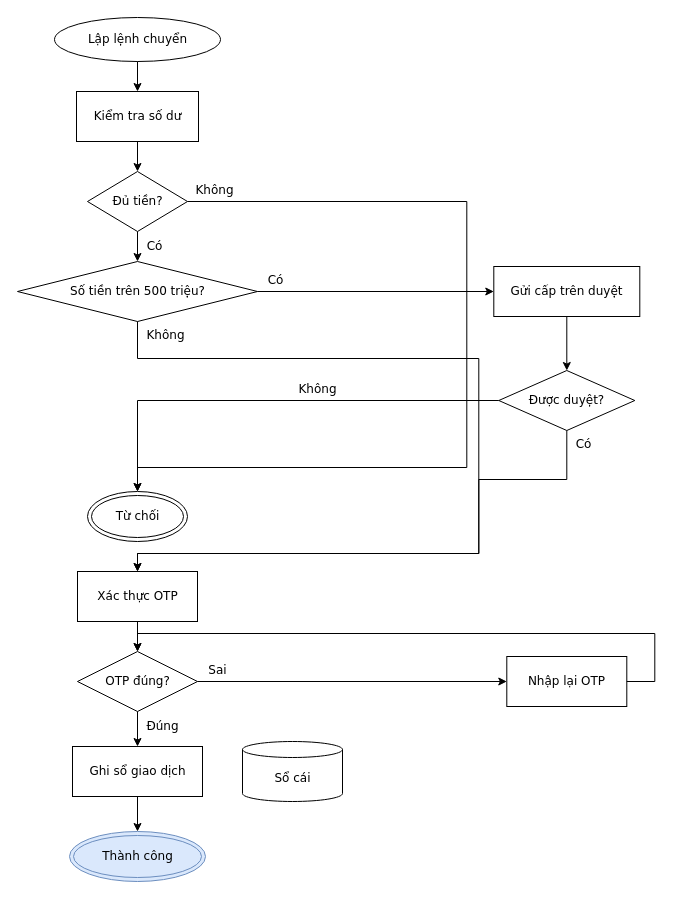
luytbq/flowcast keeps this draw.io diagram as conformance/golden/mermaid/05-chuyen-tien.drawio. Above is the earlier version. Source tidied: cells renumbered, new cells numbered last; positions are measured from the earlier drawing's top-left corner, leaving out a move shared by most shapes. Both pictures are drawn from the tidied source at 100%, with x=0, y=0 at pixel (17, 17).
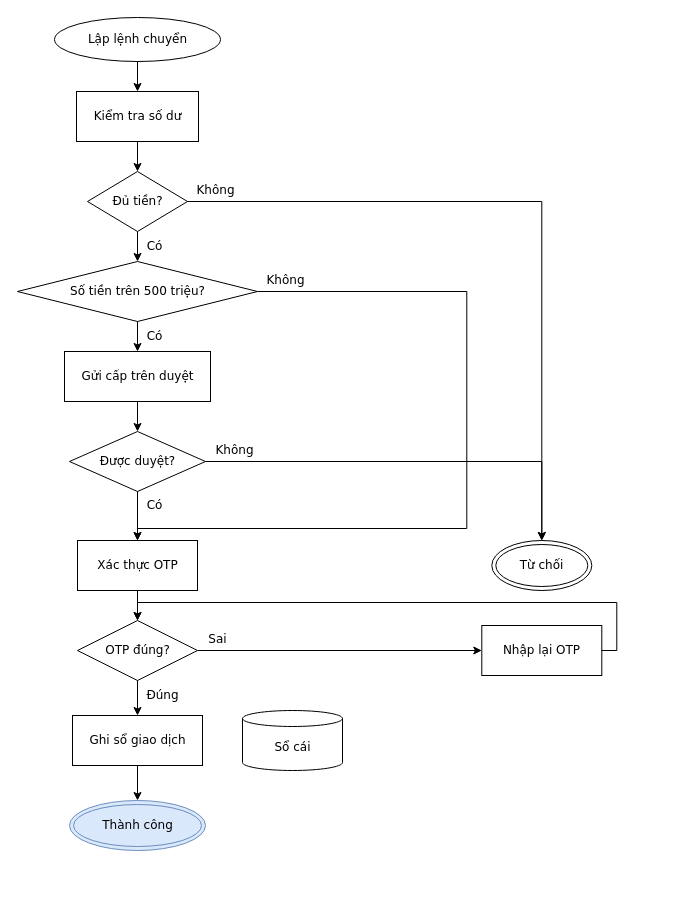
After the change.

The change refers to these unchanged cells:
```xml
<mxCell id="4" value="Đủ tiền?" style="rhombus;html=1;fontFamily=Verdana;fontSize=12;flowtable=1;" parent="1" vertex="1">
  <mxGeometry x="70" y="154" width="100" height="60" as="geometry" />
</mxCell>
<mxCell id="5" value="Số tiền trên 500 triệu?" style="rhombus;html=1;fontFamily=Verdana;fontSize=12;flowtable=1;" parent="1" vertex="1">
  <mxGeometry y="244" width="240" height="60" as="geometry" />
</mxCell>
```

Diff of the diagram source:
```diff
@@
     <mxCell id="6" value="Gửi cấp trên duyệt" style="rounded=0;html=1;fontFamily=Verdana;fontSize=12;flowtable=1;" parent="1" vertex="1">
-      <mxGeometry x="476.3" y="249" width="146" height="50" as="geometry" />
+      <mxGeometry x="47" y="334" width="146" height="50" as="geometry" />
     </mxCell>
     <mxCell id="7" value="Được duyệt?" style="rhombus;html=1;fontFamily=Verdana;fontSize=12;flowtable=1;" parent="1" vertex="1">
-      <mxGeometry x="481.3" y="353" width="136" height="60" as="geometry" />
+      <mxGeometry x="52" y="414" width="136" height="60" as="geometry" />
     </mxCell>
     <mxCell id="8" value="Từ chối" style="shape=doubleEllipse;html=1;fontFamily=Verdana;fontSize=12;flowtable=1;" parent="1" vertex="1">
-      <mxGeometry x="70" y="474" width="100" height="50" as="geometry" />
+      <mxGeometry x="474.3" y="523" width="100" height="50" as="geometry" />
     </mxCell>
     <mxCell id="9" value="Xác thực OTP" style="rounded=0;html=1;fontFamily=Verdana;fontSize=12;flowtable=1;" parent="1" vertex="1">
-      <mxGeometry x="60" y="554" width="120" height="50" as="geometry" />
+      <mxGeometry x="60" y="523" width="120" height="50" as="geometry" />
     </mxCell>
     <mxCell id="10" value="OTP đúng?" style="rhombus;html=1;fontFamily=Verdana;fontSize=12;flowtable=1;" parent="1" vertex="1">
-      <mxGeometry x="60" y="634" width="120" height="60" as="geometry" />
+      <mxGeometry x="60" y="603" width="120" height="60" as="geometry" />
     </mxCell>
     <mxCell id="11" value="Nhập lại OTP" style="rounded=0;html=1;fontFamily=Verdana;fontSize=12;flowtable=1;" parent="1" vertex="1">
-      <mxGeometry x="489.3" y="639" width="120" height="50" as="geometry" />
+      <mxGeometry x="464.3" y="608" width="120" height="50" as="geometry" />
     </mxCell>
     <mxCell id="12" value="Ghi sổ giao dịch" style="rounded=0;html=1;fontFamily=Verdana;fontSize=12;flowtable=1;" parent="1" vertex="1">
-      <mxGeometry x="55" y="729" width="130" height="50" as="geometry" />
+      <mxGeometry x="55" y="698" width="130" height="50" as="geometry" />
     </mxCell>
     <mxCell id="13" value="Sổ cái" style="shape=cylinder3;html=1;boundedLbl=1;backgroundOutline=1;size=8;fontFamily=Verdana;fontSize=12;flowtable=1;" parent="1" vertex="1">
-      <mxGeometry x="225" y="724" width="100" height="60" as="geometry" />
+      <mxGeometry x="225" y="693" width="100" height="60" as="geometry" />
     </mxCell>
     <mxCell id="14" value="Thành công" style="shape=doubleEllipse;html=1;fillColor=#dae8fc;strokeColor=#6c8ebf;fontFamily=Verdana;fontSize=12;flowtable=1;" parent="1" vertex="1">
-      <mxGeometry x="52" y="814" width="136" height="50" as="geometry" />
+      <mxGeometry x="52" y="783" width="136" height="50" as="geometry" />
     </mxCell>
@@
     <mxCell id="17" value="Không" style="edgeStyle=orthogonalEdgeStyle;rounded=0;jettySize=auto;html=1;labelBackgroundColor=default;exitX=1;exitY=0.5;exitDx=0;exitDy=0;entryX=0.5;entryY=0;entryDx=0;entryDy=0;fontFamily=Verdana;fontSize=12;flowtable=1;" parent="1" edge="1" source="4" target="8">
-      <mxGeometry x="-0.94" relative="1" as="geometry">
+      <mxGeometry x="-0.92" relative="1" as="geometry">
         <Array as="points">
-          <mxPoint x="449.3" y="184" />
-          <mxPoint x="449.3" y="450" />
-          <mxPoint x="120" y="450" />
+          <mxPoint x="524.3" y="184" />
         </Array>
         <mxPoint y="-11.5" as="offset" />
       </mxGeometry>
     </mxCell>
@@
-    <mxCell id="19" value="Có" style="edgeStyle=orthogonalEdgeStyle;rounded=0;jettySize=auto;html=1;labelBackgroundColor=default;exitX=1;exitY=0.5;exitDx=0;exitDy=0;entryX=0;entryY=0.5;entryDx=0;entryDy=0;fontFamily=Verdana;fontSize=12;flowtable=1;" parent="1" edge="1" source="5" target="6">
-      <mxGeometry x="-0.85" relative="1" as="geometry">
-        <mxPoint y="-11.5" as="offset" />
+    <mxCell id="19" value="Có" style="edgeStyle=orthogonalEdgeStyle;rounded=0;jettySize=auto;html=1;labelBackgroundColor=default;exitX=0.5;exitY=1;exitDx=0;exitDy=0;entryX=0.5;entryY=0;entryDx=0;entryDy=0;fontFamily=Verdana;fontSize=12;flowtable=1;" parent="1" edge="1" source="5" target="6">
+      <mxGeometry x="-0.03" relative="1" as="geometry">
+        <mxPoint x="16.8" as="offset" />
       </mxGeometry>
     </mxCell>
-    <mxCell id="20" value="Không" style="edgeStyle=orthogonalEdgeStyle;rounded=0;jettySize=auto;html=1;labelBackgroundColor=default;exitX=0.5;exitY=1;exitDx=0;exitDy=0;entryX=0.5;entryY=0;entryDx=0;entryDy=0;fontFamily=Verdana;fontSize=12;flowtable=1;" parent="1" edge="1" source="5" target="9">
-      <mxGeometry x="-0.97" relative="1" as="geometry">
+    <mxCell id="20" value="Không" style="edgeStyle=orthogonalEdgeStyle;rounded=0;jettySize=auto;html=1;labelBackgroundColor=default;exitX=1;exitY=0.5;exitDx=0;exitDy=0;entryX=0.5;entryY=0;entryDx=0;entryDy=0;fontFamily=Verdana;fontSize=12;flowtable=1;" parent="1" edge="1" source="5" target="9">
+      <mxGeometry x="-0.93" relative="1" as="geometry">
         <Array as="points">
-          <mxPoint x="120" y="341" />
-          <mxPoint x="461.3" y="341" />
-          <mxPoint x="461.3" y="536" />
-          <mxPoint x="120" y="536" />
+          <mxPoint x="449.3" y="274" />
+          <mxPoint x="449.3" y="511" />
+          <mxPoint x="120" y="511" />
         </Array>
-        <mxPoint x="28.1" as="offset" />
+        <mxPoint y="-11.5" as="offset" />
       </mxGeometry>
     </mxCell>
@@
-    <mxCell id="22" value="Không" style="edgeStyle=orthogonalEdgeStyle;rounded=0;jettySize=auto;html=1;labelBackgroundColor=default;exitX=0;exitY=0.5;exitDx=0;exitDy=0;entryX=0.5;entryY=0;entryDx=0;entryDy=0;fontFamily=Verdana;fontSize=12;flowtable=1;" parent="1" edge="1" source="7" target="8">
-      <mxGeometry x="-0.2" relative="1" as="geometry">
+    <mxCell id="22" value="Không" style="edgeStyle=orthogonalEdgeStyle;rounded=0;jettySize=auto;html=1;labelBackgroundColor=default;exitX=1;exitY=0.5;exitDx=0;exitDy=0;entryX=0.5;entryY=0;entryDx=0;entryDy=0;fontFamily=Verdana;fontSize=12;flowtable=1;" parent="1" edge="1" source="7" target="8">
+      <mxGeometry x="-0.86" relative="1" as="geometry">
         <Array as="points">
-          <mxPoint x="120" y="383" />
+          <mxPoint x="524.3" y="444" />
         </Array>
         <mxPoint y="-11.5" as="offset" />
       </mxGeometry>
     </mxCell>
     <mxCell id="23" value="Có" style="edgeStyle=orthogonalEdgeStyle;rounded=0;jettySize=auto;html=1;labelBackgroundColor=default;exitX=0.5;exitY=1;exitDx=0;exitDy=0;entryX=0.5;entryY=0;entryDx=0;entryDy=0;fontFamily=Verdana;fontSize=12;flowtable=1;" parent="1" edge="1" source="7" target="9">
-      <mxGeometry x="-0.95" relative="1" as="geometry">
-        <Array as="points">
-          <mxPoint x="549.3" y="462" />
-          <mxPoint x="461.3" y="462" />
-          <mxPoint x="461.3" y="536" />
-          <mxPoint x="120" y="536" />
-        </Array>
+      <mxGeometry x="-0.41" relative="1" as="geometry">
         <mxPoint x="16.8" as="offset" />
       </mxGeometry>
     </mxCell>
@@
     <mxCell id="25" value="Sai" style="edgeStyle=orthogonalEdgeStyle;rounded=0;jettySize=auto;html=1;labelBackgroundColor=default;exitX=1;exitY=0.5;exitDx=0;exitDy=0;entryX=0;entryY=0.5;entryDx=0;entryDy=0;fontFamily=Verdana;fontSize=12;flowtable=1;" parent="1" edge="1" source="10" target="11">
-      <mxGeometry x="-0.87" relative="1" as="geometry">
+      <mxGeometry x="-0.86" relative="1" as="geometry">
         <mxPoint y="-11.5" as="offset" />
       </mxGeometry>
     </mxCell>
@@
     <mxCell id="27" style="edgeStyle=orthogonalEdgeStyle;rounded=0;jettySize=auto;html=1;labelBackgroundColor=default;exitX=1;exitY=0.5;exitDx=0;exitDy=0;entryX=0.5;entryY=0;entryDx=0;entryDy=0;fontFamily=Verdana;fontSize=12;flowtable=1;" parent="1" edge="1" source="11" target="10">
       <mxGeometry relative="1" as="geometry">
         <Array as="points">
-          <mxPoint x="637.3" y="664" />
-          <mxPoint x="637.3" y="616" />
-          <mxPoint x="120" y="616" />
+          <mxPoint x="599.3" y="633" />
+          <mxPoint x="599.3" y="585" />
+          <mxPoint x="120" y="585" />
         </Array>
       </mxGeometry>
     </mxCell>
```
